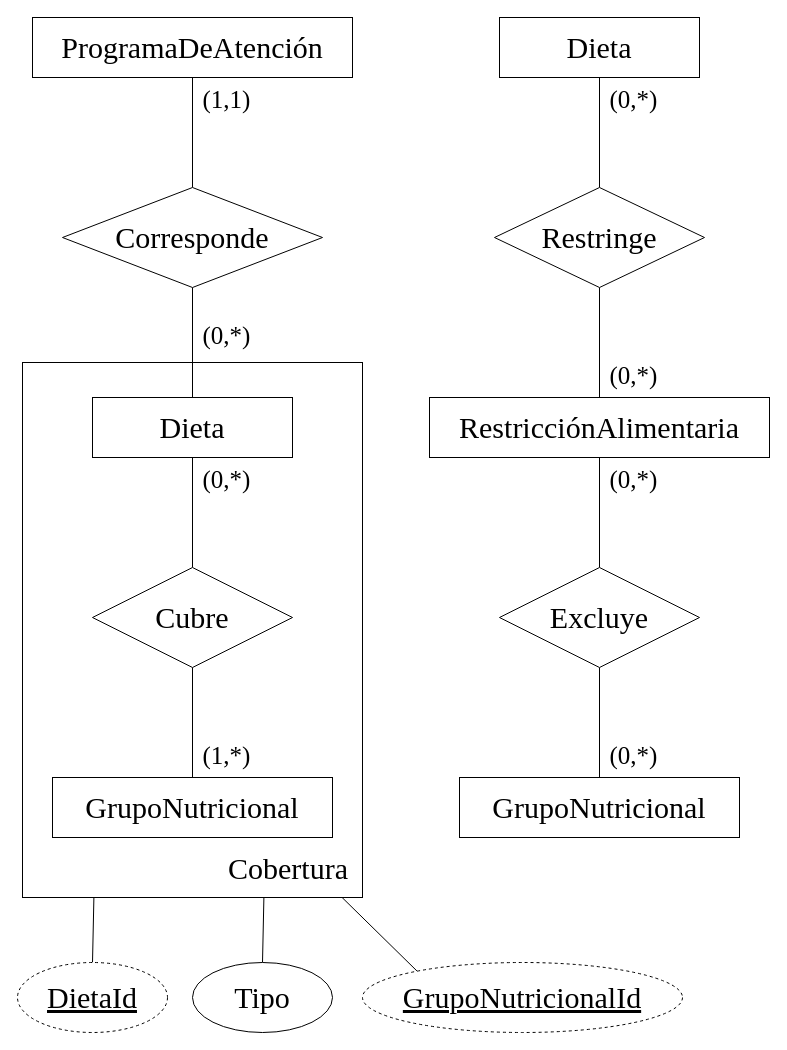
The draw.io diagram page "Página-Relaciones-4" (7 of 12) of docs/MERX consolidado/MERX consolidado.drawio in Team-Bales/Menus-Nutricionales, before the edit. Source tidied: cells renumbered, new cells numbered last; positions are measured from the earlier drawing's top-left corner, leaving out a move shared by most shapes. Both pictures are drawn from the tidied source at 100%, with x=0, y=0 at pixel (17, 17).
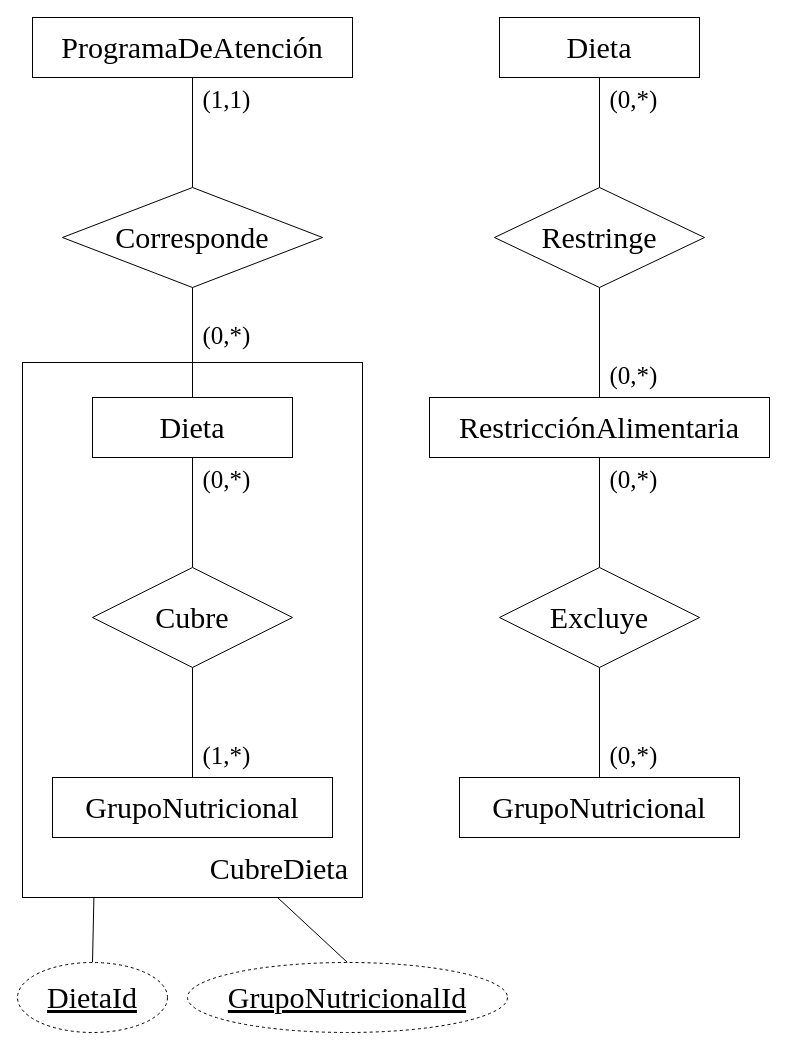
Above is the later version.

Commit message:
fix: quitar atributo Tipo de agregación CubreDieta en MERX consolidado

What changed in the source:
```diff
@@
-    <mxCell id="2" value="Cobertura" style="rounded=0;whiteSpace=wrap;html=1;fillColor=none;verticalAlign=bottom;spacingBottom=8;spacingTop=8;spacingLeft=12;spacingRight=12;align=right;fontFamily=Times New Roman;fontSize=30;" parent="1" vertex="1">
+    <mxCell id="2" value="CubreDieta" style="rounded=0;whiteSpace=wrap;html=1;fillColor=none;verticalAlign=bottom;spacingBottom=8;spacingTop=8;spacingLeft=12;spacingRight=12;align=right;fontFamily=Times New Roman;fontSize=30;" parent="1" vertex="1">
       <mxGeometry x="5" y="345" width="340" height="535" as="geometry" />
     </mxCell>
@@
-    <mxCell id="12" style="endArrow=none;html=1;rounded=0;fontFamily=Times New Roman;fontSize=25;labelBackgroundColor=none;exitX=0.94;exitY=1;exitDx=0;exitDy=0;entryX=0.2;entryY=0.15;entryDx=0;entryDy=0;" parent="1" edge="1" source="2" target="25">
+    <mxCell id="12" style="endArrow=none;html=1;rounded=0;fontFamily=Times New Roman;fontSize=25;labelBackgroundColor=none;exitX=0.75;exitY=1;exitDx=0;exitDy=0;entryX=0.5;entryY=0;entryDx=0;entryDy=0;" parent="1" edge="1" source="2" target="25">
       <mxGeometry relative="1" as="geometry" />
     </mxCell>
-    <mxCell id="13" style="endArrow=none;html=1;rounded=0;fontFamily=Times New Roman;fontSize=25;labelBackgroundColor=none;exitX=0.71;exitY=1;exitDx=0;exitDy=0;entryX=0.5;entryY=0;entryDx=0;entryDy=0;" parent="1" edge="1" source="2" target="26">
-      <mxGeometry relative="1" as="geometry" />
-    </mxCell>
@@
     <mxCell id="25" value="GrupoNutricionalId" style="ellipse;whiteSpace=wrap;html=1;align=center;fontFamily=Times New Roman;fontSize=30;fontStyle=4;dashed=1;" parent="1" vertex="1">
-      <mxGeometry x="345" y="945" width="320" height="70" as="geometry" />
+      <mxGeometry x="170" y="945" width="320" height="70" as="geometry" />
     </mxCell>
-    <mxCell id="26" value="Tipo" style="ellipse;whiteSpace=wrap;html=1;align=center;fontFamily=Times New Roman;fontSize=30;" parent="1" vertex="1">
-      <mxGeometry x="175" y="945" width="140" height="70" as="geometry" />
-    </mxCell>
```
